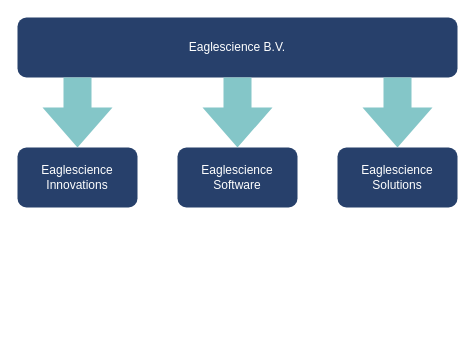
This is page "Organogram" (1 of 5) of gfx/verslag graphix.drawio from codefink2020/afstudeerverslag, a draw.io file, before an edit. Source tidied: cells renumbered, new cells numbered last; positions are measured from the earlier drawing's top-left corner, leaving out a move shared by most shapes. Both pictures are drawn from the tidied source at 100%, with x=0, y=0 at pixel (17, 17).
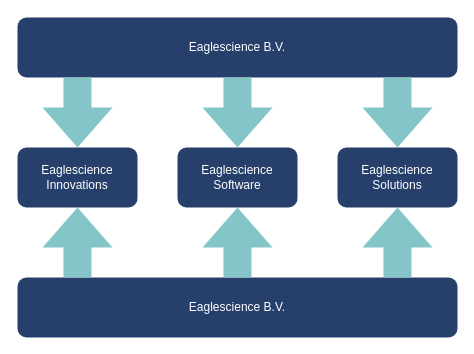
Above is the later version.

Change to the diagram source:
```diff
@@
 <mxGraphModel>
   <root>
     <mxCell id="0" />
     <mxCell id="1" parent="0" />
     <mxCell id="2" value="&lt;font color=&quot;#ffffff&quot;&gt;Eaglescience B.V.&lt;/font&gt;" style="rounded=1;whiteSpace=wrap;html=1;fillColor=#27406b;strokeColor=none;" parent="1" vertex="1">
       <mxGeometry width="440" height="60" as="geometry" />
     </mxCell>
     <mxCell id="3" value="&lt;font color=&quot;#ffffff&quot;&gt;Eaglescience Innovations&lt;/font&gt;" style="rounded=1;whiteSpace=wrap;html=1;fillColor=#27406B;strokeColor=none;" parent="1" vertex="1">
       <mxGeometry y="130" width="120" height="60" as="geometry" />
     </mxCell>
     <mxCell id="4" value="&lt;font color=&quot;#ffffff&quot;&gt;Eaglescience Solutions&lt;br&gt;&lt;/font&gt;" style="rounded=1;whiteSpace=wrap;html=1;fillColor=#27406B;strokeColor=none;" parent="1" vertex="1">
       <mxGeometry x="320" y="130" width="120" height="60" as="geometry" />
     </mxCell>
     <mxCell id="5" value="&lt;font color=&quot;#ffffff&quot;&gt;Eaglescience Software&lt;/font&gt;" style="rounded=1;whiteSpace=wrap;html=1;fillColor=#27406B;strokeColor=none;" parent="1" vertex="1">
       <mxGeometry x="160" y="130" width="120" height="60" as="geometry" />
     </mxCell>
     <mxCell id="6" style="html=1;shadow=0;dashed=0;align=center;verticalAlign=middle;shape=mxgraph.arrows2.arrow;dy=0.6;dx=40;direction=south;notch=0;fillColor=#84c6c8;strokeColor=none;" parent="1" vertex="1">
       <mxGeometry x="25" y="60" width="70" height="70" as="geometry" />
     </mxCell>
     <mxCell id="7" style="html=1;shadow=0;dashed=0;align=center;verticalAlign=middle;shape=mxgraph.arrows2.arrow;dy=0.6;dx=40;direction=south;notch=0;fillColor=#84C6C8;strokeColor=none;" parent="1" vertex="1">
       <mxGeometry x="185" y="60" width="70" height="70" as="geometry" />
     </mxCell>
     <mxCell id="8" style="html=1;shadow=0;dashed=0;align=center;verticalAlign=middle;shape=mxgraph.arrows2.arrow;dy=0.6;dx=40;direction=south;notch=0;fillColor=#84C6C8;strokeColor=none;" parent="1" vertex="1">
       <mxGeometry x="345" y="60" width="70" height="70" as="geometry" />
     </mxCell>
+    <mxCell id="9" value="&lt;font color=&quot;#ffffff&quot;&gt;Eaglescience B.V.&lt;/font&gt;" style="rounded=1;whiteSpace=wrap;html=1;fillColor=#27406b;strokeColor=none;" parent="1" vertex="1">
+      <mxGeometry y="260" width="440" height="60" as="geometry" />
+    </mxCell>
+    <mxCell id="10" style="html=1;shadow=0;dashed=0;align=center;verticalAlign=middle;shape=mxgraph.arrows2.arrow;dy=0.6;dx=40;direction=south;notch=0;fillColor=#84c6c8;strokeColor=none;rotation=-180;" parent="1" vertex="1">
+      <mxGeometry x="25" y="190" width="70" height="70" as="geometry" />
+    </mxCell>
+    <mxCell id="11" style="html=1;shadow=0;dashed=0;align=center;verticalAlign=middle;shape=mxgraph.arrows2.arrow;dy=0.6;dx=40;direction=south;notch=0;fillColor=#84c6c8;strokeColor=none;rotation=-180;" parent="1" vertex="1">
+      <mxGeometry x="185" y="190" width="70" height="70" as="geometry" />
+    </mxCell>
+    <mxCell id="12" style="html=1;shadow=0;dashed=0;align=center;verticalAlign=middle;shape=mxgraph.arrows2.arrow;dy=0.6;dx=40;direction=south;notch=0;fillColor=#84c6c8;strokeColor=none;rotation=-180;" parent="1" vertex="1">
+      <mxGeometry x="345" y="190" width="70" height="70" as="geometry" />
+    </mxCell>
   </root>
 </mxGraphModel>
```
